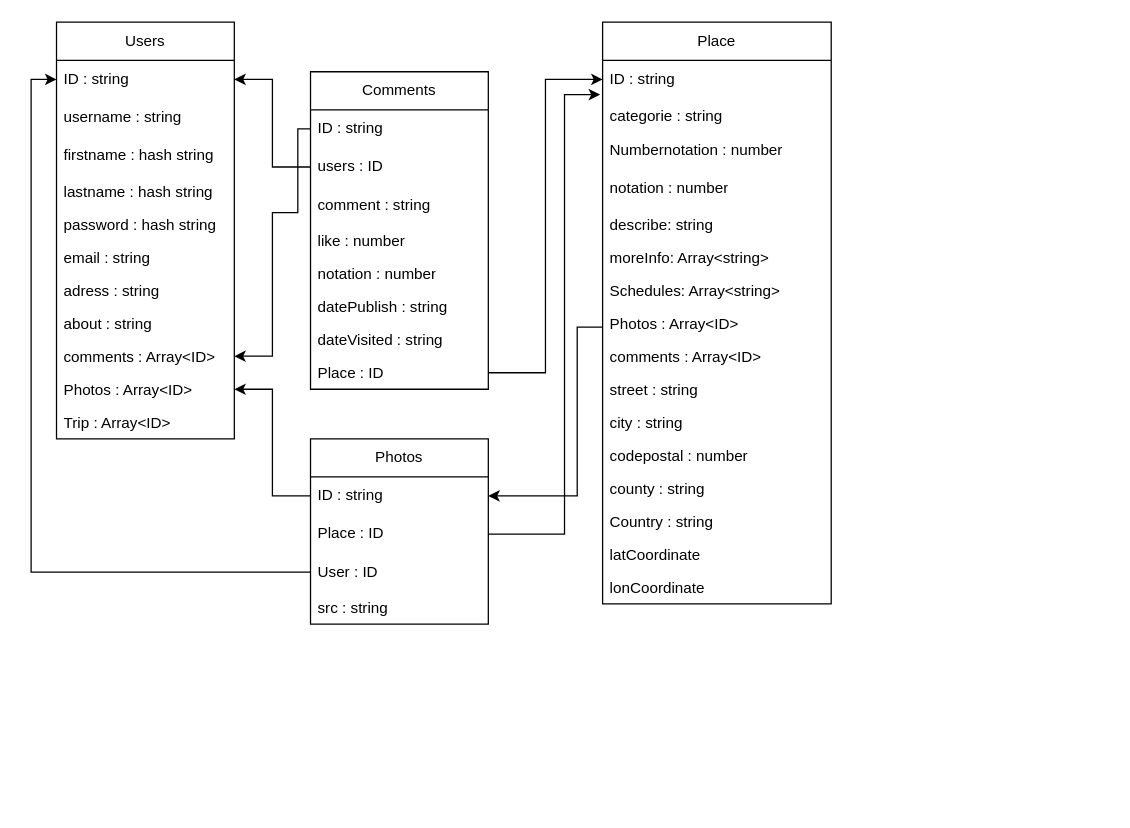
This is Schemas/structureBDD.drawio from Aurelien0192/FrenchTravel_FrontEnd, a draw.io file, before an edit. Source tidied: cells renumbered, new cells numbered last; positions are measured from the earlier drawing's top-left corner, leaving out a move shared by most shapes. Both pictures are drawn from the tidied source at 127%, with x=0, y=0 at pixel (56, 22).
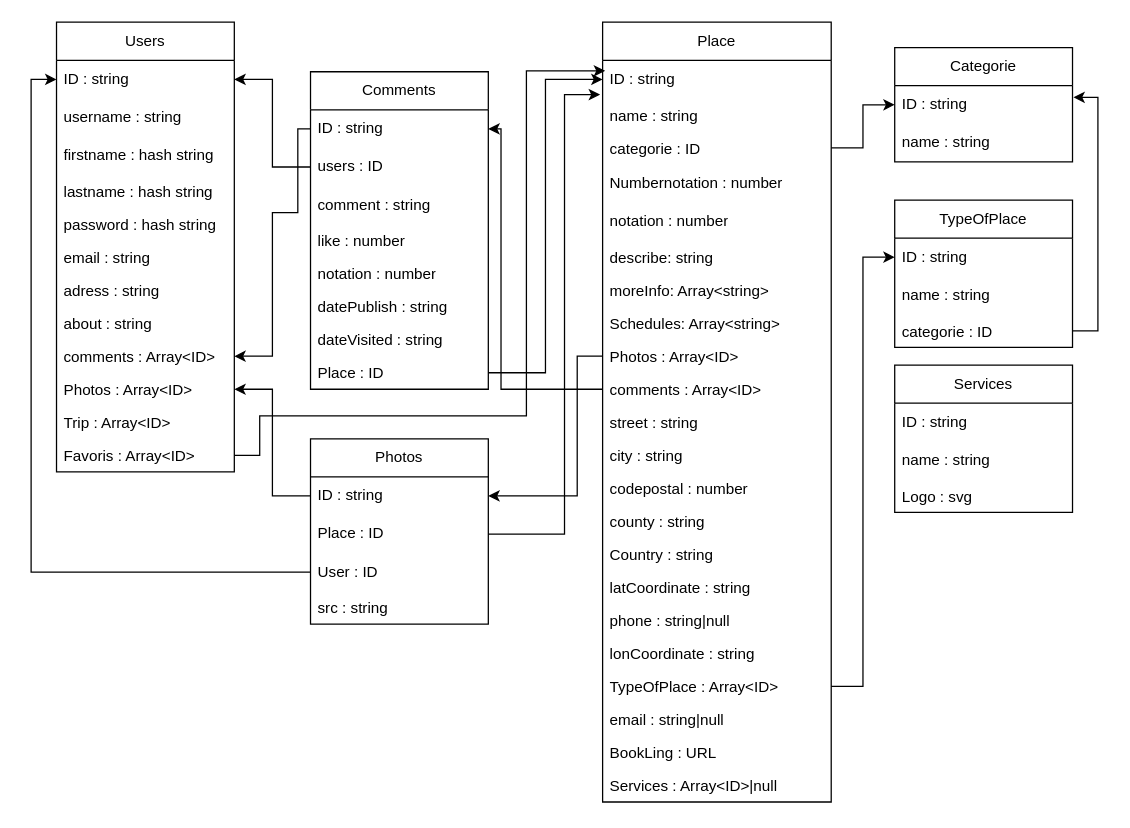
After the change.

Commit message:
Mettre à jour structureBDD.drawio

Unchanged cells that the change refers to:
```xml
<mxCell id="15" value="ID : string" style="text;strokeColor=none;fillColor=none;align=left;verticalAlign=middle;spacingLeft=4;spacingRight=4;overflow=hidden;points=[[0,0.5],[1,0.5]];portConstraint=eastwest;whiteSpace=wrap;html=1;" parent="14" vertex="1">
  <mxGeometry y="30" width="140" height="30" as="geometry" />
</mxCell>
<mxCell id="26" value="ID : string" style="text;strokeColor=none;fillColor=none;align=left;verticalAlign=middle;spacingLeft=4;spacingRight=4;overflow=hidden;points=[[0,0.5],[1,0.5]];portConstraint=eastwest;whiteSpace=wrap;html=1;" parent="25" vertex="1">
  <mxGeometry y="30" width="180" height="30" as="geometry" />
</mxCell>
<mxCell id="44" value="ID : string" style="text;strokeColor=none;fillColor=none;align=left;verticalAlign=middle;spacingLeft=4;spacingRight=4;overflow=hidden;points=[[0,0.5],[1,0.5]];portConstraint=eastwest;whiteSpace=wrap;html=1;" parent="43" vertex="1">
  <mxGeometry y="30" width="140" height="30" as="geometry" />
</mxCell>
```

What changed in the source:
```diff
@@
     <mxCell id="2" value="Users" style="swimlane;fontStyle=0;horizontal=1;startSize=30;whiteSpace=wrap;html=1;" parent="1" vertex="1">
-      <mxGeometry width="140" height="328" as="geometry" />
+      <mxGeometry width="140" height="354" as="geometry" />
     </mxCell>
@@
+    <mxCell id="52" value="Favoris : Array&amp;lt;ID&amp;gt;" style="text;strokeColor=none;fillColor=none;align=left;verticalAlign=top;spacingLeft=4;spacingRight=4;overflow=hidden;points=[[0,0.5],[1,0.5]];portConstraint=eastwest;whiteSpace=wrap;html=1;" parent="2" vertex="1">
+      <mxGeometry y="328" width="140" height="26" as="geometry" />
+    </mxCell>
@@
     <mxCell id="25" value="Place" style="swimlane;fontStyle=0;horizontal=1;startSize=30;whiteSpace=wrap;html=1;" parent="1" vertex="1">
-      <mxGeometry x="430" width="180" height="458" as="geometry" />
+      <mxGeometry x="430" width="180" height="614" as="geometry" />
     </mxCell>
@@
+    <mxCell id="53" value="name : string" style="text;strokeColor=none;fillColor=none;align=left;verticalAlign=top;spacingLeft=4;spacingRight=4;overflow=hidden;whiteSpace=wrap;html=1;" parent="25" vertex="1">
+      <mxGeometry y="60" width="180" height="26" as="geometry" />
+    </mxCell>
-    <mxCell id="27" value="categorie : string" style="text;strokeColor=none;fillColor=none;align=left;verticalAlign=top;spacingLeft=4;spacingRight=4;overflow=hidden;points=[[0,0.5],[1,0.5]];portConstraint=eastwest;whiteSpace=wrap;html=1;" parent="25" vertex="1">
-      <mxGeometry y="60" width="180" height="26" as="geometry" />
+    <mxCell id="27" value="categorie : ID" style="text;strokeColor=none;fillColor=none;align=left;verticalAlign=top;spacingLeft=4;spacingRight=4;overflow=hidden;points=[[0,0.5],[1,0.5]];portConstraint=eastwest;whiteSpace=wrap;html=1;" parent="25" vertex="1">
+      <mxGeometry y="86" width="180" height="26" as="geometry" />
     </mxCell>
     <mxCell id="28" value="Numbernotation : number" style="text;strokeColor=none;fillColor=none;align=left;verticalAlign=middle;spacingLeft=4;spacingRight=4;overflow=hidden;whiteSpace=wrap;html=1;" parent="25" vertex="1">
-      <mxGeometry y="86" width="180" height="30" as="geometry" />
+      <mxGeometry y="112" width="180" height="30" as="geometry" />
     </mxCell>
     <mxCell id="29" value="notation : number" style="text;strokeColor=none;fillColor=none;align=left;verticalAlign=middle;spacingLeft=4;spacingRight=4;overflow=hidden;whiteSpace=wrap;html=1;" parent="25" vertex="1">
-      <mxGeometry y="116" width="180" height="30" as="geometry" />
+      <mxGeometry y="142" width="180" height="30" as="geometry" />
     </mxCell>
     <mxCell id="30" value="describe: string" style="text;strokeColor=none;fillColor=none;align=left;verticalAlign=top;spacingLeft=4;spacingRight=4;overflow=hidden;whiteSpace=wrap;html=1;" parent="25" vertex="1">
-      <mxGeometry y="146" width="180" height="26" as="geometry" />
+      <mxGeometry y="172" width="180" height="26" as="geometry" />
     </mxCell>
     <mxCell id="31" value="moreInfo: Array&amp;lt;string&amp;gt;" style="text;strokeColor=none;fillColor=none;align=left;verticalAlign=top;spacingLeft=4;spacingRight=4;overflow=hidden;whiteSpace=wrap;html=1;" parent="25" vertex="1">
-      <mxGeometry y="172" width="180" height="26" as="geometry" />
+      <mxGeometry y="198" width="180" height="26" as="geometry" />
     </mxCell>
     <mxCell id="32" value="Schedules: Array&amp;lt;string&amp;gt;" style="text;strokeColor=none;fillColor=none;align=left;verticalAlign=top;spacingLeft=4;spacingRight=4;overflow=hidden;whiteSpace=wrap;html=1;" parent="25" vertex="1">
-      <mxGeometry y="198" width="180" height="26" as="geometry" />
+      <mxGeometry y="224" width="180" height="26" as="geometry" />
     </mxCell>
     <mxCell id="33" value="Photos : Array&amp;lt;ID&amp;gt;" style="text;strokeColor=none;fillColor=none;align=left;verticalAlign=top;spacingLeft=4;spacingRight=4;overflow=hidden;points=[[0,0.5],[1,0.5]];portConstraint=eastwest;whiteSpace=wrap;html=1;" parent="25" vertex="1">
-      <mxGeometry y="224" width="180" height="26" as="geometry" />
+      <mxGeometry y="250" width="180" height="26" as="geometry" />
     </mxCell>
     <mxCell id="34" value="comments : Array&amp;lt;ID&amp;gt;" style="text;strokeColor=none;fillColor=none;align=left;verticalAlign=top;spacingLeft=4;spacingRight=4;overflow=hidden;points=[[0,0.5],[1,0.5]];portConstraint=eastwest;whiteSpace=wrap;html=1;" parent="25" vertex="1">
-      <mxGeometry y="250" width="180" height="26" as="geometry" />
+      <mxGeometry y="276" width="180" height="26" as="geometry" />
     </mxCell>
     <mxCell id="35" value="street : string" style="text;strokeColor=none;fillColor=none;align=left;verticalAlign=top;spacingLeft=4;spacingRight=4;overflow=hidden;whiteSpace=wrap;html=1;" parent="25" vertex="1">
-      <mxGeometry y="276" width="180" height="26" as="geometry" />
+      <mxGeometry y="302" width="180" height="26" as="geometry" />
     </mxCell>
     <mxCell id="36" value="city : string" style="text;strokeColor=none;fillColor=none;align=left;verticalAlign=top;spacingLeft=4;spacingRight=4;overflow=hidden;whiteSpace=wrap;html=1;" parent="25" vertex="1">
-      <mxGeometry y="302" width="180" height="26" as="geometry" />
+      <mxGeometry y="328" width="180" height="26" as="geometry" />
     </mxCell>
     <mxCell id="37" value="codepostal : number" style="text;strokeColor=none;fillColor=none;align=left;verticalAlign=top;spacingLeft=4;spacingRight=4;overflow=hidden;whiteSpace=wrap;html=1;" parent="25" vertex="1">
-      <mxGeometry y="328" width="180" height="26" as="geometry" />
+      <mxGeometry y="354" width="180" height="26" as="geometry" />
     </mxCell>
     <mxCell id="38" value="county : string" style="text;strokeColor=none;fillColor=none;align=left;verticalAlign=top;spacingLeft=4;spacingRight=4;overflow=hidden;whiteSpace=wrap;html=1;" parent="25" vertex="1">
-      <mxGeometry y="354" width="180" height="26" as="geometry" />
+      <mxGeometry y="380" width="180" height="26" as="geometry" />
     </mxCell>
     <mxCell id="39" value="Country : string" style="text;strokeColor=none;fillColor=none;align=left;verticalAlign=top;spacingLeft=4;spacingRight=4;overflow=hidden;whiteSpace=wrap;html=1;" parent="25" vertex="1">
-      <mxGeometry y="380" width="180" height="26" as="geometry" />
+      <mxGeometry y="406" width="180" height="26" as="geometry" />
     </mxCell>
-    <mxCell id="40" value="latCoordinate" style="text;strokeColor=none;fillColor=none;align=left;verticalAlign=top;spacingLeft=4;spacingRight=4;overflow=hidden;whiteSpace=wrap;html=1;" parent="25" vertex="1">
-      <mxGeometry y="406" width="180" height="26" as="geometry" />
+    <mxCell id="40" value="latCoordinate : string" style="text;strokeColor=none;fillColor=none;align=left;verticalAlign=top;spacingLeft=4;spacingRight=4;overflow=hidden;whiteSpace=wrap;html=1;" parent="25" vertex="1">
+      <mxGeometry y="432" width="180" height="26" as="geometry" />
     </mxCell>
+    <mxCell id="54" value="phone : string|null" style="text;strokeColor=none;fillColor=none;align=left;verticalAlign=top;spacingLeft=4;spacingRight=4;overflow=hidden;whiteSpace=wrap;html=1;" parent="25" vertex="1">
+      <mxGeometry y="458" width="180" height="26" as="geometry" />
+    </mxCell>
-    <mxCell id="41" value="lonCoordinate" style="text;strokeColor=none;fillColor=none;align=left;verticalAlign=top;spacingLeft=4;spacingRight=4;overflow=hidden;whiteSpace=wrap;html=1;" parent="25" vertex="1">
-      <mxGeometry y="432" width="180" height="26" as="geometry" />
+    <mxCell id="41" value="lonCoordinate : string" style="text;strokeColor=none;fillColor=none;align=left;verticalAlign=top;spacingLeft=4;spacingRight=4;overflow=hidden;whiteSpace=wrap;html=1;" parent="25" vertex="1">
+      <mxGeometry y="484" width="180" height="26" as="geometry" />
     </mxCell>
+    <mxCell id="55" value="TypeOfPlace : Array&amp;lt;ID&amp;gt;" style="text;strokeColor=none;fillColor=none;align=left;verticalAlign=top;spacingLeft=4;spacingRight=4;overflow=hidden;points=[[0,0.5],[1,0.5]];portConstraint=eastwest;whiteSpace=wrap;html=1;" parent="25" vertex="1">
+      <mxGeometry y="510" width="180" height="26" as="geometry" />
+    </mxCell>
+    <mxCell id="56" value="email : string|null" style="text;strokeColor=none;fillColor=none;align=left;verticalAlign=top;spacingLeft=4;spacingRight=4;overflow=hidden;whiteSpace=wrap;html=1;" parent="25" vertex="1">
+      <mxGeometry y="536" width="180" height="26" as="geometry" />
+    </mxCell>
+    <mxCell id="57" value="BookLing : URL" style="text;strokeColor=none;fillColor=none;align=left;verticalAlign=top;spacingLeft=4;spacingRight=4;overflow=hidden;whiteSpace=wrap;html=1;" parent="25" vertex="1">
+      <mxGeometry y="562" width="180" height="26" as="geometry" />
+    </mxCell>
+    <mxCell id="58" value="Services : Array&amp;lt;ID&amp;gt;|null" style="text;strokeColor=none;fillColor=none;align=left;verticalAlign=top;spacingLeft=4;spacingRight=4;overflow=hidden;whiteSpace=wrap;html=1;" parent="25" vertex="1">
+      <mxGeometry y="588" width="180" height="26" as="geometry" />
+    </mxCell>
@@
     <mxCell id="50" style="edgeStyle=orthogonalEdgeStyle;rounded=0;jettySize=auto;html=1;entryX=1;entryY=0.5;entryDx=0;entryDy=0;" parent="1" edge="1" source="33" target="44">
       <mxGeometry relative="1" as="geometry">
         <Array as="points">
-          <mxPoint x="410" y="240" />
+          <mxPoint x="410" y="263" />
           <mxPoint x="410" y="373" />
         </Array>
       </mxGeometry>
     </mxCell>
@@
+    <mxCell id="59" value="Categorie" style="swimlane;fontStyle=0;horizontal=1;startSize=30;whiteSpace=wrap;html=1;" parent="1" vertex="1">
+      <mxGeometry x="660" y="20" width="140" height="90" as="geometry" />
+    </mxCell>
+    <mxCell id="60" value="ID : string" style="text;strokeColor=none;fillColor=none;align=left;verticalAlign=middle;spacingLeft=4;spacingRight=4;overflow=hidden;points=[[0,0.5],[1,0.5]];portConstraint=eastwest;whiteSpace=wrap;html=1;" parent="59" vertex="1">
+      <mxGeometry y="30" width="140" height="30" as="geometry" />
+    </mxCell>
+    <mxCell id="61" value="name : string" style="text;strokeColor=none;fillColor=none;align=left;verticalAlign=middle;spacingLeft=4;spacingRight=4;overflow=hidden;whiteSpace=wrap;html=1;" parent="59" vertex="1">
+      <mxGeometry y="60" width="140" height="30" as="geometry" />
+    </mxCell>
+    <mxCell id="62" style="edgeStyle=orthogonalEdgeStyle;rounded=0;jettySize=auto;html=1;" parent="1" edge="1" source="27" target="60">
+      <mxGeometry relative="1" as="geometry" />
+    </mxCell>
+    <mxCell id="63" value="TypeOfPlace" style="swimlane;fontStyle=0;horizontal=1;startSize=30;whiteSpace=wrap;html=1;" parent="1" vertex="1">
+      <mxGeometry x="660" y="140" width="140" height="116" as="geometry" />
+    </mxCell>
+    <mxCell id="64" value="ID : string" style="text;strokeColor=none;fillColor=none;align=left;verticalAlign=middle;spacingLeft=4;spacingRight=4;overflow=hidden;points=[[0,0.5],[1,0.5]];portConstraint=eastwest;whiteSpace=wrap;html=1;" parent="63" vertex="1">
+      <mxGeometry y="30" width="140" height="30" as="geometry" />
+    </mxCell>
+    <mxCell id="65" value="name : string" style="text;strokeColor=none;fillColor=none;align=left;verticalAlign=middle;spacingLeft=4;spacingRight=4;overflow=hidden;whiteSpace=wrap;html=1;" parent="63" vertex="1">
+      <mxGeometry y="60" width="140" height="30" as="geometry" />
+    </mxCell>
+    <mxCell id="66" value="categorie : ID" style="text;strokeColor=none;fillColor=none;align=left;verticalAlign=top;spacingLeft=4;spacingRight=4;overflow=hidden;points=[[0,0.5],[1,0.5]];portConstraint=eastwest;whiteSpace=wrap;html=1;" parent="63" vertex="1">
+      <mxGeometry y="90" width="140" height="26" as="geometry" />
+    </mxCell>
+    <mxCell id="67" style="edgeStyle=orthogonalEdgeStyle;rounded=0;jettySize=auto;html=1;entryX=0.011;entryY=0.276;entryDx=0;entryDy=0;entryPerimeter=0;" parent="1" edge="1" source="52" target="26">
+      <mxGeometry relative="1" as="geometry">
+        <Array as="points">
+          <mxPoint x="160" y="341" />
+          <mxPoint x="160" y="310" />
+          <mxPoint x="370" y="310" />
+          <mxPoint x="370" y="38" />
+        </Array>
+      </mxGeometry>
+    </mxCell>
+    <mxCell id="68" style="edgeStyle=orthogonalEdgeStyle;rounded=0;jettySize=auto;html=1;" parent="1" edge="1" source="34" target="15">
+      <mxGeometry relative="1" as="geometry">
+        <Array as="points">
+          <mxPoint x="350" y="289" />
+          <mxPoint x="350" y="84" />
+        </Array>
+      </mxGeometry>
+    </mxCell>
+    <mxCell id="69" style="edgeStyle=orthogonalEdgeStyle;rounded=0;jettySize=auto;html=1;entryX=1.005;entryY=0.303;entryDx=0;entryDy=0;entryPerimeter=0;" parent="1" edge="1" source="66" target="60">
+      <mxGeometry relative="1" as="geometry">
+        <Array as="points">
+          <mxPoint x="820" y="243" />
+          <mxPoint x="820" y="59" />
+        </Array>
+      </mxGeometry>
+    </mxCell>
+    <mxCell id="70" style="edgeStyle=orthogonalEdgeStyle;rounded=0;jettySize=auto;html=1;entryX=0;entryY=0.5;entryDx=0;entryDy=0;" parent="1" edge="1" source="55" target="64">
+      <mxGeometry relative="1" as="geometry" />
+    </mxCell>
+    <mxCell id="71" value="Services" style="swimlane;fontStyle=0;horizontal=1;startSize=30;whiteSpace=wrap;html=1;" parent="1" vertex="1">
+      <mxGeometry x="660" y="270" width="140" height="116" as="geometry" />
+    </mxCell>
+    <mxCell id="72" value="ID : string" style="text;strokeColor=none;fillColor=none;align=left;verticalAlign=middle;spacingLeft=4;spacingRight=4;overflow=hidden;whiteSpace=wrap;html=1;" parent="71" vertex="1">
+      <mxGeometry y="30" width="140" height="30" as="geometry" />
+    </mxCell>
+    <mxCell id="73" value="name : string" style="text;strokeColor=none;fillColor=none;align=left;verticalAlign=middle;spacingLeft=4;spacingRight=4;overflow=hidden;whiteSpace=wrap;html=1;" parent="71" vertex="1">
+      <mxGeometry y="60" width="140" height="30" as="geometry" />
+    </mxCell>
+    <mxCell id="74" value="Logo : svg" style="text;strokeColor=none;fillColor=none;align=left;verticalAlign=top;spacingLeft=4;spacingRight=4;overflow=hidden;whiteSpace=wrap;html=1;" parent="71" vertex="1">
+      <mxGeometry y="90" width="140" height="26" as="geometry" />
+    </mxCell>
```
